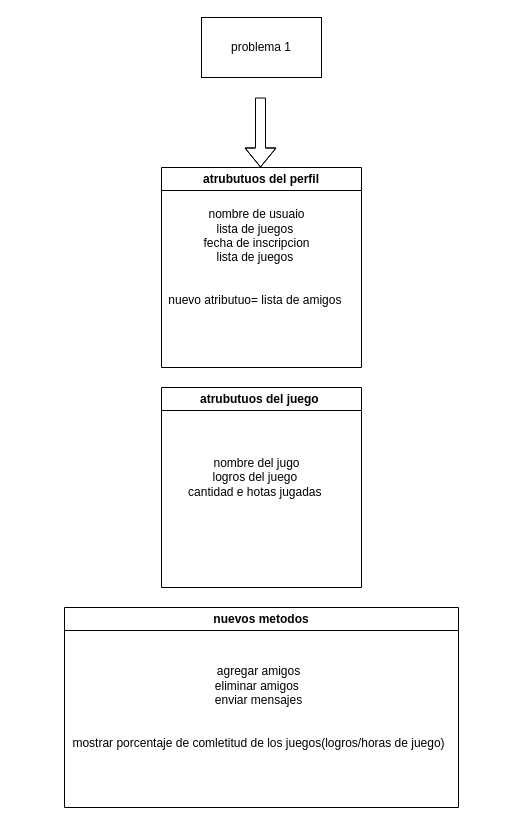
Above: page "Página-1" (1 of 2) of Diagrama sin título.drawio in dmnik08/3prueba (draw.io), before the change. Source tidied: cells renumbered, new cells numbered last; positions are measured from the earlier drawing's top-left corner, leaving out a move shared by most shapes. Both pictures are drawn from the tidied source at 100%, with x=0, y=0 at pixel (58, 17).
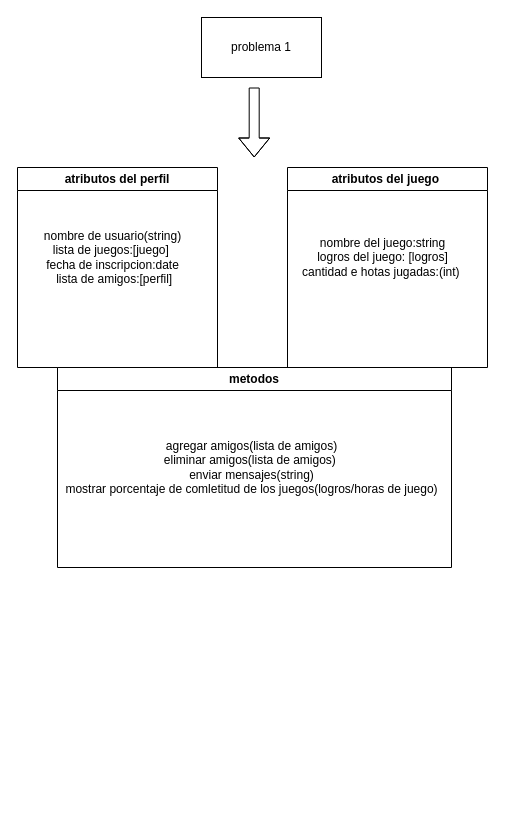
After the change.

The edit, as a diff of the source:
```diff
@@
 <mxGraphModel>
   <root>
     <mxCell id="0" />
     <mxCell id="1" parent="0" />
     <mxCell id="2" value="problema 1" style="rounded=0;whiteSpace=wrap;html=1;" parent="1" vertex="1">
       <mxGeometry x="143" width="120" height="60" as="geometry" />
     </mxCell>
     <mxCell id="3" style="shape=flexArrow;endArrow=classic;html=1;rounded=0;" parent="1" edge="1">
       <mxGeometry relative="1" as="geometry">
-        <mxPoint x="202" y="80" as="sourcePoint" />
-        <mxPoint x="202" y="150" as="targetPoint" />
+        <mxPoint x="195.7" y="70" as="sourcePoint" />
+        <mxPoint x="195.7" y="140" as="targetPoint" />
         <Array as="points">
-          <mxPoint x="202" y="130" />
+          <mxPoint x="195.7" y="120" />
         </Array>
       </mxGeometry>
     </mxCell>
-    <mxCell id="4" value="atrubutuos del perfil" style="swimlane;whiteSpace=wrap;html=1;" parent="1" vertex="1">
-      <mxGeometry x="103" y="150" width="200" height="200" as="geometry" />
+    <mxCell id="4" value="atributos del perfil" style="swimlane;whiteSpace=wrap;html=1;" parent="1" vertex="1">
+      <mxGeometry x="-41" y="150" width="200" height="200" as="geometry" />
     </mxCell>
-    <mxCell id="5" value="nombre de usuaio&lt;div&gt;lista de juegos&amp;nbsp;&lt;/div&gt;&lt;div&gt;fecha de inscripcion&lt;/div&gt;&lt;div&gt;lista de juegos&amp;nbsp;&lt;/div&gt;&lt;div&gt;&lt;br&gt;&lt;/div&gt;&lt;div&gt;&lt;br&gt;&lt;/div&gt;&lt;div&gt;nuevo atributuo= lista de amigos&amp;nbsp;&lt;/div&gt;" style="text;html=1;align=center;verticalAlign=middle;strokeColor=none;fillColor=none;" parent="4" vertex="1">
-      <mxGeometry x="-5" y="35" width="200" height="110" as="geometry" />
+    <mxCell id="5" value="nombre de usuario(string)&lt;div&gt;lista de juegos:[juego]&amp;nbsp;&lt;/div&gt;&lt;div&gt;fecha de inscripcion:date&lt;/div&gt;&lt;div&gt;&lt;span style=&quot;background-color: transparent; color: light-dark(rgb(0, 0, 0), rgb(255, 255, 255));&quot;&gt;&amp;nbsp;lista de amigos:[perfil]&lt;/span&gt;&lt;/div&gt;" style="text;html=1;align=center;verticalAlign=middle;strokeColor=none;fillColor=none;" parent="4" vertex="1">
+      <mxGeometry x="15" y="55" width="160" height="70" as="geometry" />
     </mxCell>
-    <mxCell id="6" value="nuevos metodos" style="swimlane;whiteSpace=wrap;html=1;" parent="1" vertex="1">
-      <mxGeometry x="6" y="590" width="394" height="200" as="geometry" />
+    <mxCell id="6" value="metodos" style="swimlane;whiteSpace=wrap;html=1;" parent="1" vertex="1">
+      <mxGeometry x="-1" y="350" width="394" height="200" as="geometry" />
     </mxCell>
-    <mxCell id="7" value="agregar amigos&lt;div&gt;eliminar amigos&amp;nbsp;&lt;/div&gt;&lt;div&gt;enviar mensajes&lt;/div&gt;&lt;div&gt;&lt;br&gt;&lt;/div&gt;&lt;div&gt;&lt;br&gt;&lt;/div&gt;&lt;div&gt;mostrar porcentaje de comletitud de los juegos(logros/horas de juego)&lt;/div&gt;" style="text;html=1;align=center;verticalAlign=middle;strokeColor=none;fillColor=none;" parent="6" vertex="1">
-      <mxGeometry x="-6" y="50" width="400" height="100" as="geometry" />
+    <mxCell id="7" value="agregar amigos(lista de amigos)&lt;div&gt;eliminar amigos(lista de amigos)&amp;nbsp;&lt;/div&gt;&lt;div&gt;enviar mensajes(string)&lt;/div&gt;&lt;div&gt;mostrar porcentaje de comletitud de los juegos(logros/horas de juego)&lt;/div&gt;" style="text;html=1;align=center;verticalAlign=middle;strokeColor=none;fillColor=none;" parent="6" vertex="1">
+      <mxGeometry x="-6" y="65" width="400" height="70" as="geometry" />
     </mxCell>
-    <mxCell id="8" value="atrubutuos del juego&amp;nbsp;" style="swimlane;whiteSpace=wrap;html=1;" parent="1" vertex="1">
-      <mxGeometry x="103" y="370" width="200" height="200" as="geometry" />
+    <mxCell id="8" value="atributos del juego&amp;nbsp;" style="swimlane;whiteSpace=wrap;html=1;" parent="1" vertex="1">
+      <mxGeometry x="229" y="150" width="200" height="200" as="geometry" />
     </mxCell>
-    <mxCell id="9" value="nombre del jugo&lt;div&gt;logros del juego&amp;nbsp;&lt;/div&gt;&lt;div&gt;cantidad e hotas jugadas&amp;nbsp;&lt;/div&gt;" style="text;html=1;align=center;verticalAlign=middle;strokeColor=none;fillColor=none;" parent="8" vertex="1">
-      <mxGeometry x="15" y="60" width="160" height="60" as="geometry" />
+    <mxCell id="9" value="nombre del juego:string&lt;div&gt;logros del juego: [logros]&lt;/div&gt;&lt;div&gt;cantidad e hotas jugadas:(int)&amp;nbsp;&lt;/div&gt;" style="text;html=1;align=center;verticalAlign=middle;strokeColor=none;fillColor=none;" parent="8" vertex="1">
+      <mxGeometry x="5" y="60" width="180" height="60" as="geometry" />
     </mxCell>
   </root>
 </mxGraphModel>
```
